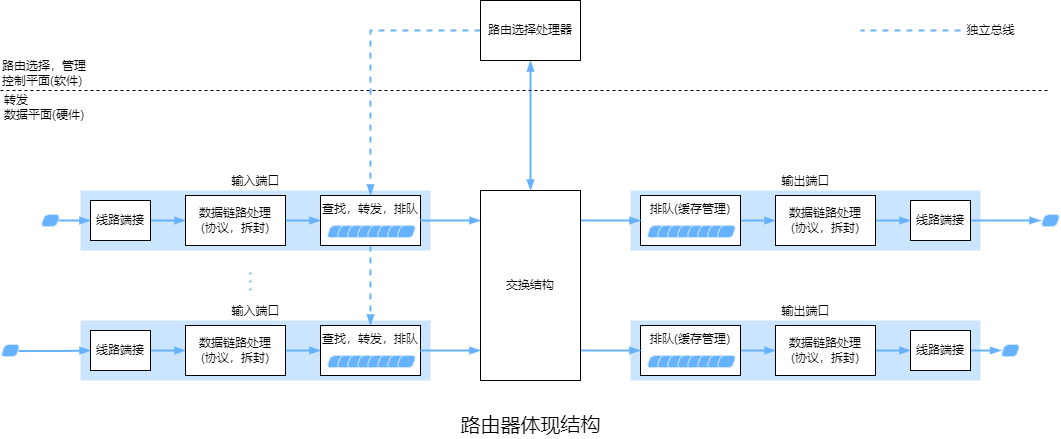
Above: computer-networking/img/router_architecture.png in an-die-freude/computer-network-note (draw.io), before the change. Source tidied: cells renumbered, new cells last; positions are measured from the earlier drawing's top-left corner, leaving out a move shared by most shapes.
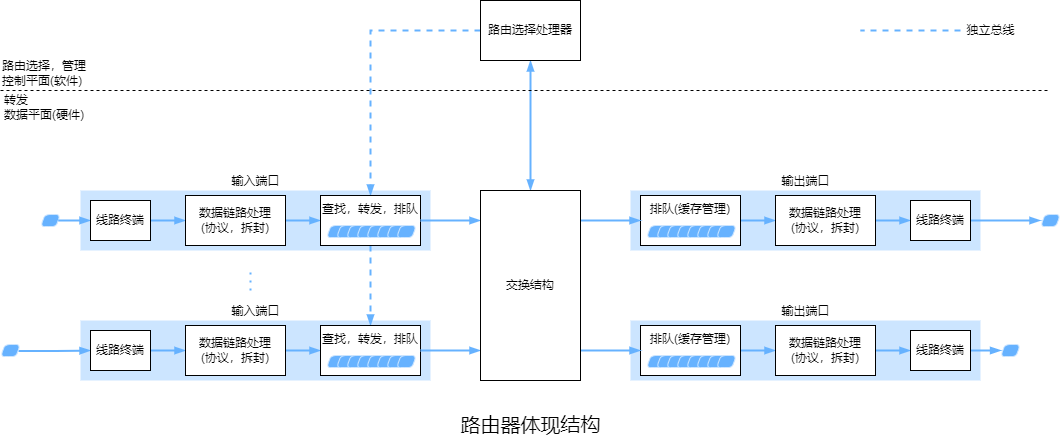
Later version of the same file.

Diff of the diagram source:
```diff
@@ -35,7 +35,7 @@
     <mxCell id="11" style="edgeStyle=orthogonalEdgeStyle;rounded=0;jettySize=auto;html=1;entryX=0;entryY=0.5;entryDx=0;entryDy=0;fontSize=12;startArrow=none;startFill=0;endArrow=blockThin;endFill=1;strokeColor=#66B2FF;strokeWidth=2;" parent="1" edge="1" source="12" target="14">
       <mxGeometry relative="1" as="geometry" />
     </mxCell>
-    <mxCell id="12" value="&lt;font style=&quot;font-size: 12px;&quot;&gt;线路端接&lt;/font&gt;" style="rounded=0;whiteSpace=wrap;html=1;shadow=0;strokeColor=#000000;strokeWidth=1;fillColor=default;" parent="1" vertex="1">
+    <mxCell id="12" value="线路终端" style="rounded=0;whiteSpace=wrap;html=1;shadow=0;strokeColor=#000000;strokeWidth=1;fillColor=default;" parent="1" vertex="1">
       <mxGeometry x="90" y="200" width="60" height="40" as="geometry" />
     </mxCell>
     <mxCell id="13" style="edgeStyle=orthogonalEdgeStyle;rounded=0;jettySize=auto;html=1;entryX=0;entryY=0.5;entryDx=0;entryDy=0;fontSize=12;startArrow=none;startFill=0;endArrow=blockThin;endFill=1;strokeColor=#66B2FF;strokeWidth=2;" parent="1" edge="1" source="14" target="17">
@@ -119,7 +119,7 @@
     <mxCell id="39" style="edgeStyle=orthogonalEdgeStyle;rounded=0;jettySize=auto;html=1;entryX=0;entryY=0.5;entryDx=0;entryDy=0;entryPerimeter=0;fontSize=12;startArrow=none;startFill=0;endArrow=blockThin;endFill=1;strokeColor=#66B2FF;strokeWidth=2;" parent="1" edge="1" source="40" target="76">
       <mxGeometry relative="1" as="geometry" />
     </mxCell>
-    <mxCell id="40" value="&lt;font style=&quot;font-size: 12px;&quot;&gt;线路端接&lt;/font&gt;" style="rounded=0;whiteSpace=wrap;html=1;shadow=0;strokeColor=#000000;strokeWidth=1;fillColor=default;" parent="1" vertex="1">
+    <mxCell id="40" value="线路终端" style="rounded=0;whiteSpace=wrap;html=1;shadow=0;strokeColor=#000000;strokeWidth=1;fillColor=default;" parent="1" vertex="1">
       <mxGeometry x="910" y="200" width="60" height="40" as="geometry" />
     </mxCell>
     <mxCell id="41" style="edgeStyle=orthogonalEdgeStyle;rounded=0;jettySize=auto;html=1;entryX=0;entryY=0.5;entryDx=0;entryDy=0;fontSize=12;startArrow=none;startFill=0;endArrow=blockThin;endFill=1;strokeColor=#66B2FF;strokeWidth=2;" parent="1" edge="1" source="84" target="43">
@@ -232,7 +232,7 @@
     <mxCell id="73" style="edgeStyle=orthogonalEdgeStyle;rounded=0;jettySize=auto;html=1;entryX=0.029;entryY=0.497;entryDx=0;entryDy=0;entryPerimeter=0;fontSize=12;startArrow=none;startFill=0;endArrow=blockThin;endFill=1;strokeColor=#66B2FF;strokeWidth=2;" parent="1" edge="1" source="74" target="77">
       <mxGeometry relative="1" as="geometry" />
     </mxCell>
-    <mxCell id="74" value="&lt;font style=&quot;font-size: 12px;&quot;&gt;线路端接&lt;/font&gt;" style="rounded=0;whiteSpace=wrap;html=1;shadow=0;strokeColor=#000000;strokeWidth=1;fillColor=default;" parent="1" vertex="1">
+    <mxCell id="74" value="线路终端" style="rounded=0;whiteSpace=wrap;html=1;shadow=0;strokeColor=#000000;strokeWidth=1;fillColor=default;" parent="1" vertex="1">
       <mxGeometry x="910" y="330" width="60" height="40" as="geometry" />
     </mxCell>
     <mxCell id="75" style="endArrow=blockThin;html=1;rounded=0;fontSize=12;strokeColor=#66B2FF;strokeWidth=2;endFill=1;" parent="1" edge="1">
@@ -268,7 +268,7 @@
     <mxCell id="83" value="路由器体现结构" style="text;html=1;align=center;verticalAlign=middle;strokeColor=none;fillColor=none;fontSize=20;" parent="1" vertex="1">
       <mxGeometry x="455" y="410" width="150" height="28" as="geometry" />
     </mxCell>
-    <mxCell id="84" value="&lt;font style=&quot;font-size: 12px;&quot;&gt;线路端接&lt;/font&gt;" style="rounded=0;whiteSpace=wrap;html=1;shadow=0;strokeColor=#000000;strokeWidth=1;fillColor=default;" parent="1" vertex="1">
+    <mxCell id="84" value="&lt;font style=&quot;font-size: 12px;&quot;&gt;线路终端&lt;/font&gt;" style="rounded=0;whiteSpace=wrap;html=1;shadow=0;strokeColor=#000000;strokeWidth=1;fillColor=default;" parent="1" vertex="1">
       <mxGeometry x="90" y="330" width="60" height="40" as="geometry" />
     </mxCell>
     <mxCell id="85" value="&lt;font style=&quot;font-size: 12px;&quot;&gt;交换结构&lt;/font&gt;" style="rounded=0;whiteSpace=wrap;html=1;" parent="1" vertex="1">
```
